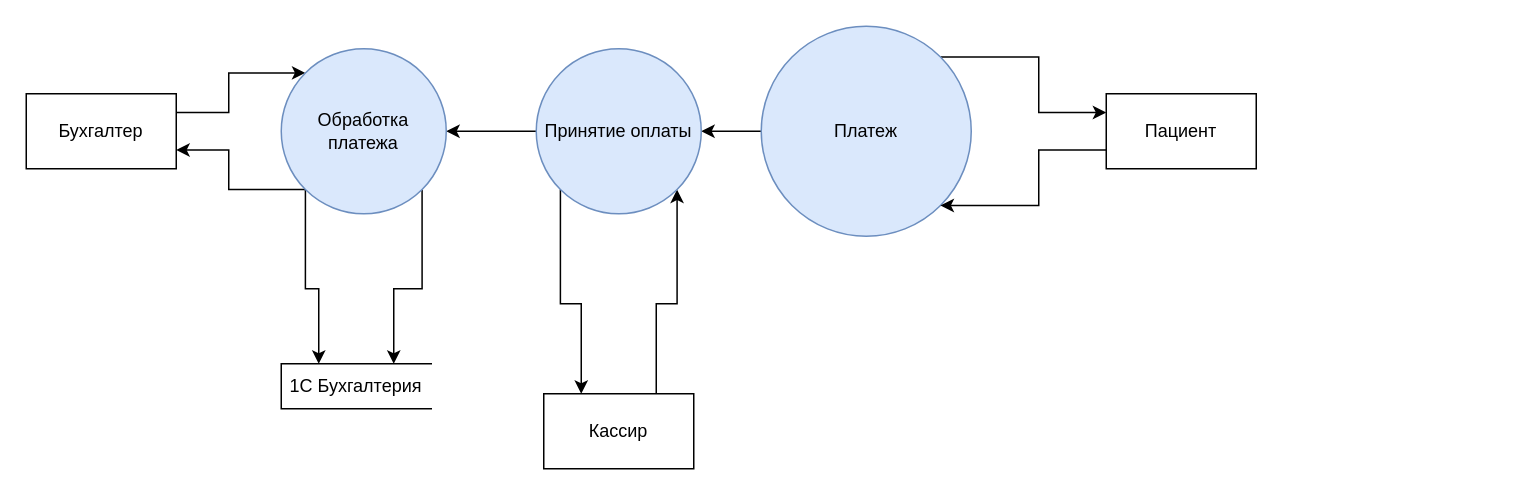
Earlier version of the draw.io diagram Task1/Payment_DFD.drawio (bogdan-r/architecture-medikamente). Source tidied: cells renumbered, new cells numbered last; positions are measured from the earlier drawing's top-left corner, leaving out a move shared by most shapes. Both pictures are drawn from the tidied source at 150%, with x=0, y=0 at pixel (26, 26).
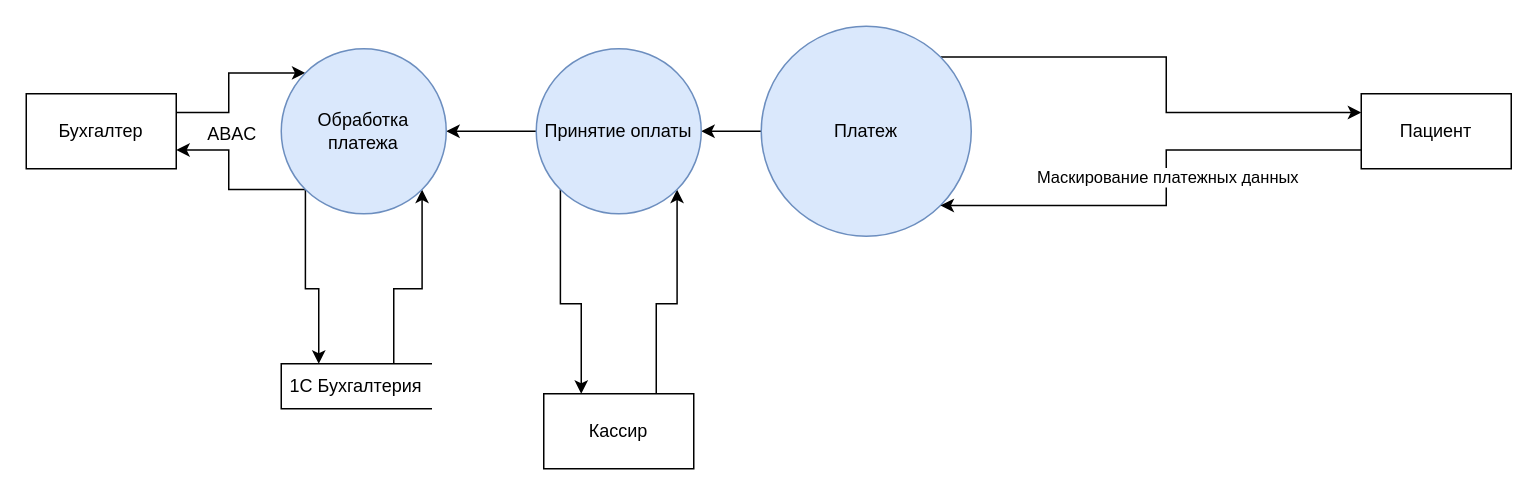
The same page after the edit.

The change refers to these unchanged cells:
```xml
<mxCell id="5" value="1С Бухгалтерия" style="html=1;dashed=0;whiteSpace=wrap;shape=partialRectangle;right=0;" parent="1" vertex="1">
  <mxGeometry x="170" y="225" width="100" height="30" as="geometry" />
</mxCell>
<mxCell id="10" style="edgeStyle=orthogonalEdgeStyle;rounded=0;jettySize=auto;html=1;exitX=0;exitY=0.75;exitDx=0;exitDy=0;entryX=1;entryY=1;entryDx=0;entryDy=0;" parent="1" edge="1" source="11" target="4">
  <mxGeometry relative="1" as="geometry" />
</mxCell>
<mxCell id="18" value="Обработка платежа" style="shape=ellipse;html=1;dashed=0;whiteSpace=wrap;perimeter=ellipsePerimeter;fillColor=#dae8fc;strokeColor=#6c8ebf;" parent="1" vertex="1">
  <mxGeometry x="170" y="15" width="110" height="110" as="geometry" />
</mxCell>
```

The edit, as a diff of the source:
```diff
@@
+    <mxCell id="19" style="edgeStyle=orthogonalEdgeStyle;rounded=0;jettySize=auto;html=1;exitX=0.75;exitY=0;exitDx=0;exitDy=0;entryX=1;entryY=1;entryDx=0;entryDy=0;" parent="1" edge="1" source="5" target="18">
+      <mxGeometry relative="1" as="geometry" />
+    </mxCell>
@@
+    <mxCell id="20" value="Маскирование платежных данных" style="edgeLabel;html=1;align=center;verticalAlign=middle;" parent="10" vertex="1">
+      <mxGeometry x="-0.43" y="1" relative="1" as="geometry">
+        <mxPoint x="-40" y="17" as="offset" />
+      </mxGeometry>
+    </mxCell>
     <mxCell id="11" value="Пациент" style="html=1;dashed=0;whiteSpace=wrap;" parent="1" vertex="1">
-      <mxGeometry x="720" y="45" width="100" height="50" as="geometry" />
+      <mxGeometry x="890" y="45" width="100" height="50" as="geometry" />
     </mxCell>
@@
-    <mxCell id="16" style="edgeStyle=orthogonalEdgeStyle;rounded=0;jettySize=auto;html=1;exitX=1;exitY=1;exitDx=0;exitDy=0;entryX=0.75;entryY=0;entryDx=0;entryDy=0;" parent="1" edge="1" source="18" target="5">
-      <mxGeometry relative="1" as="geometry" />
-    </mxCell>
@@
+    <mxCell id="21" value="ABAC" style="text;html=1;align=center;verticalAlign=middle;strokeColor=none;fillColor=none;" parent="1" vertex="1">
+      <mxGeometry x="107" y="57" width="60" height="30" as="geometry" />
+    </mxCell>
```
